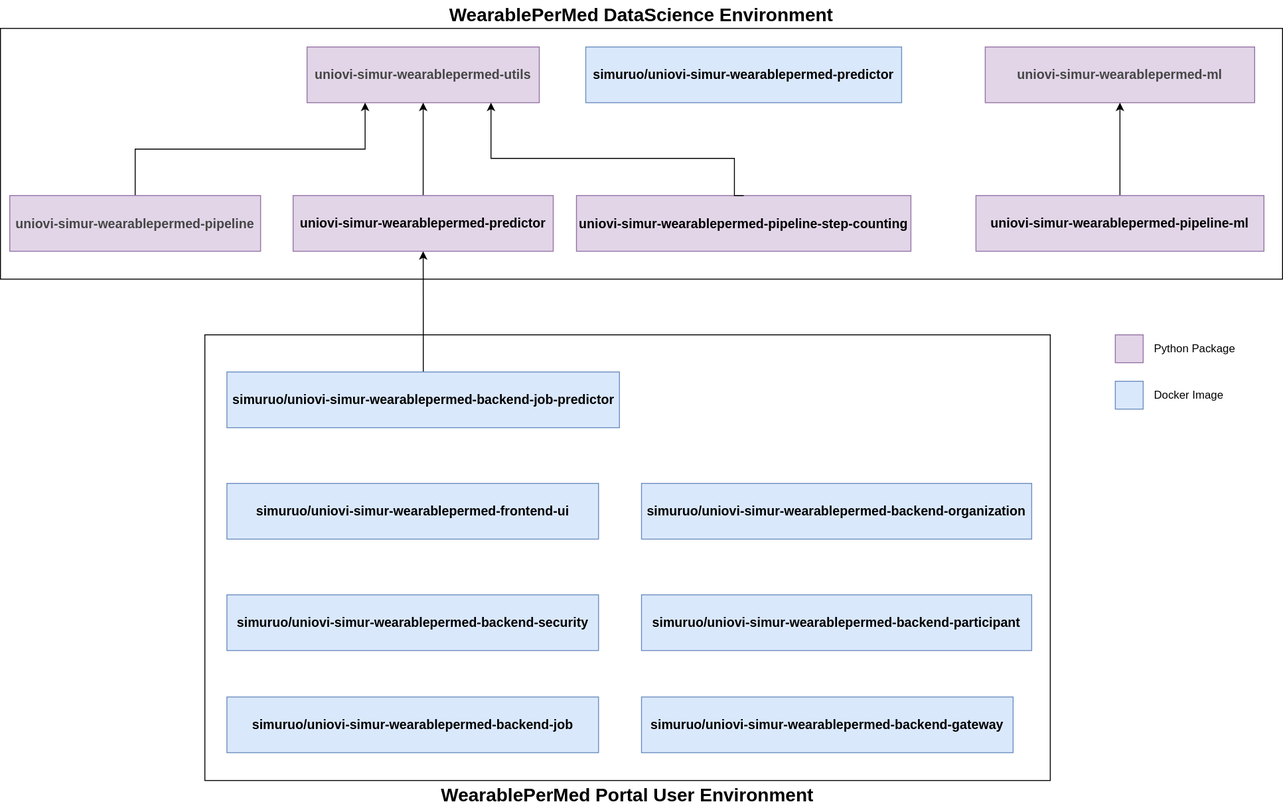
This is section2/assets/images/diagram_dependencies.svg from SiMuR-UO/uniovi-simur-wearablepermed-wiki, a draw.io export, as it was before one commit. Source tidied: cells renumbered, new cells last; positions are measured from the earlier drawing's top-left corner, leaving out a move shared by most shapes. Its diagram source:
```xml
<mxGraphModel>
  <root>
    <mxCell id="0" />
    <mxCell id="1" parent="0" />
    <mxCell id="2" style="rounded=0;whiteSpace=wrap;html=1;" parent="1" vertex="1">
      <mxGeometry y="30" width="1380" height="270" as="geometry" />
    </mxCell>
    <mxCell id="3" style="rounded=0;whiteSpace=wrap;html=1;" parent="1" vertex="1">
      <mxGeometry x="220" y="360" width="910" height="480" as="geometry" />
    </mxCell>
    <mxCell id="4" value="&lt;h3 class=&quot;package-snippet__title&quot; style=&quot;box-sizing: inherit; margin: 0px; padding: 0px; text-align: left; color: rgb(70, 70, 70);&quot;&gt;&lt;font color=&quot;#464646&quot; face=&quot;Source Sans 3, Helvetica, arial, sans-serif&quot; style=&quot;font-size: 14px;&quot;&gt;&lt;a href=&quot;https://pypi.org/project/uniovi-simur-wearablepermed-utils/&quot;&gt;uniovi-simur-wearablepermed-utils&lt;/a&gt;&lt;/font&gt;&lt;/h3&gt;" style="rounded=0;whiteSpace=wrap;html=1;fontStyle=1;fillColor=#e1d5e7;strokeColor=#9673a6;" parent="1" vertex="1">
      <mxGeometry x="330" y="50" width="250" height="60" as="geometry" />
    </mxCell>
    <mxCell id="5" style="edgeStyle=orthogonalEdgeStyle;rounded=0;jettySize=auto;html=1;entryX=0.25;entryY=1;entryDx=0;entryDy=0;exitX=0.5;exitY=0;exitDx=0;exitDy=0;" parent="1" edge="1" source="6" target="4">
      <mxGeometry relative="1" as="geometry" />
    </mxCell>
    <mxCell id="6" value="&lt;h3 class=&quot;package-snippet__title&quot; style=&quot;box-sizing: inherit; margin: 0px; padding: 0px; text-align: left; color: rgb(70, 70, 70);&quot;&gt;&lt;font color=&quot;#464646&quot; face=&quot;Source Sans 3, Helvetica, arial, sans-serif&quot; style=&quot;font-size: 14px;&quot;&gt;&lt;a href=&quot;https://pypi.org/project/uniovi-simur-wearablepermed-pipeline/&quot;&gt;uniovi-simur-wearablepermed-pipeline&lt;/a&gt;&lt;/font&gt;&lt;/h3&gt;" style="rounded=0;whiteSpace=wrap;html=1;fontSize=14;fontStyle=1;fillColor=#e1d5e7;strokeColor=#9673a6;" parent="1" vertex="1">
      <mxGeometry x="10" y="210" width="270" height="60" as="geometry" />
    </mxCell>
    <mxCell id="7" style="edgeStyle=orthogonalEdgeStyle;rounded=0;jettySize=auto;html=1;entryX=0.5;entryY=1;entryDx=0;entryDy=0;exitX=0.5;exitY=0;exitDx=0;exitDy=0;" parent="1" edge="1" source="8" target="4">
      <mxGeometry relative="1" as="geometry" />
    </mxCell>
    <mxCell id="8" value="&lt;a href=&quot;https://pypi.org/project/uniovi-simur-wearablepermed-predictor/&quot;&gt;uniovi-simur-wearablepermed-predictor&lt;/a&gt;" style="rounded=0;whiteSpace=wrap;html=1;fontSize=14;fontStyle=1;fillColor=#e1d5e7;strokeColor=#9673a6;" parent="1" vertex="1">
      <mxGeometry x="315" y="210" width="280" height="60" as="geometry" />
    </mxCell>
    <mxCell id="9" value="&lt;h3 class=&quot;package-snippet__title&quot; style=&quot;box-sizing: inherit; margin: 0px; padding: 0px; color: rgb(70, 70, 70); font-family: &amp;quot;Source Sans 3&amp;quot;, Helvetica, arial, sans-serif; text-align: left;&quot;&gt;&lt;font style=&quot;&quot;&gt;&lt;a href=&quot;https://pypi.org/project/uniovi-simur-wearablepermed-ml/&quot;&gt;uniovi-simur-wearablepermed-ml&lt;/a&gt;&lt;/font&gt;&lt;/h3&gt;" style="rounded=0;whiteSpace=wrap;html=1;fillColor=#e1d5e7;strokeColor=#9673a6;" parent="1" vertex="1">
      <mxGeometry x="1060" y="50" width="290" height="60" as="geometry" />
    </mxCell>
    <mxCell id="10" style="edgeStyle=orthogonalEdgeStyle;rounded=0;jettySize=auto;html=1;entryX=0.5;entryY=1;entryDx=0;entryDy=0;" parent="1" edge="1" source="11" target="9">
      <mxGeometry relative="1" as="geometry" />
    </mxCell>
    <mxCell id="11" value="&lt;font style=&quot;font-size: 14px;&quot;&gt;&lt;b&gt;&lt;a href=&quot;https://pypi.org/project/uniovi-simur-wearablepermed-ml/&quot;&gt;uniovi-simur-wearablepermed-pipeline-ml&lt;/a&gt;&lt;/b&gt;&lt;/font&gt;" style="rounded=0;whiteSpace=wrap;html=1;fillColor=#e1d5e7;strokeColor=#9673a6;" parent="1" vertex="1">
      <mxGeometry x="1050" y="210" width="310" height="60" as="geometry" />
    </mxCell>
    <mxCell id="12" style="edgeStyle=orthogonalEdgeStyle;rounded=0;jettySize=auto;html=1;entryX=0.5;entryY=1;entryDx=0;entryDy=0;fontStyle=1;" parent="1" edge="1" source="13" target="8">
      <mxGeometry relative="1" as="geometry" />
    </mxCell>
    <mxCell id="13" value="&lt;font style=&quot;font-size: 14px;&quot;&gt;&lt;a href=&quot;https://hub.docker.com/repository/docker/simuruo/uniovi-simur-wearablepermed-backend-job-predictor&quot;&gt;simuruo/uniovi-simur-wearablepermed-backend-job-predictor&lt;/a&gt;&lt;/font&gt;" style="rounded=0;whiteSpace=wrap;html=1;fontStyle=1;fillColor=#dae8fc;strokeColor=#6c8ebf;" parent="1" vertex="1">
      <mxGeometry x="243.8" y="400" width="422.5" height="60" as="geometry" />
    </mxCell>
    <mxCell id="14" style="rounded=0;whiteSpace=wrap;html=1;fillColor=#e1d5e7;strokeColor=#9673a6;" parent="1" vertex="1">
      <mxGeometry x="1200" y="360" width="30" height="30" as="geometry" />
    </mxCell>
    <mxCell id="15" style="rounded=0;whiteSpace=wrap;html=1;fillColor=#dae8fc;strokeColor=#6c8ebf;" parent="1" vertex="1">
      <mxGeometry x="1200" y="410" width="30" height="30" as="geometry" />
    </mxCell>
    <mxCell id="16" value="Python Package" style="text;html=1;whiteSpace=wrap;strokeColor=none;fillColor=none;align=left;verticalAlign=middle;rounded=0;" parent="1" vertex="1">
      <mxGeometry x="1240" y="360" width="140" height="30" as="geometry" />
    </mxCell>
    <mxCell id="17" value="Docker Image" style="text;html=1;whiteSpace=wrap;strokeColor=none;fillColor=none;align=left;verticalAlign=middle;rounded=0;" parent="1" vertex="1">
      <mxGeometry x="1240" y="410" width="140" height="30" as="geometry" />
    </mxCell>
    <mxCell id="18" value="&lt;h3 class=&quot;package-snippet__title&quot; style=&quot;box-sizing: inherit; margin: 0px; padding: 0px; text-align: left; color: rgb(70, 70, 70);&quot;&gt;&lt;span style=&quot;color: rgb(0, 0, 0);&quot;&gt;&lt;font style=&quot;font-size: 14px;&quot;&gt;&lt;a href=&quot;https://pypi.org/project/uniovi-simur-wearablepermed-pipeline-step-counting/&quot;&gt;uniovi-simur-wearablepermed-pipeline-step-counting&lt;/a&gt;&lt;/font&gt;&lt;/span&gt;&lt;/h3&gt;" style="rounded=0;whiteSpace=wrap;html=1;fontSize=14;fontStyle=1;fillColor=#e1d5e7;strokeColor=#9673a6;" parent="1" vertex="1">
      <mxGeometry x="620" y="210" width="360" height="60" as="geometry" />
    </mxCell>
    <mxCell id="19" style="edgeStyle=orthogonalEdgeStyle;rounded=0;jettySize=auto;html=1;entryX=0.792;entryY=1;entryDx=0;entryDy=0;entryPerimeter=0;exitX=0.5;exitY=0;exitDx=0;exitDy=0;" parent="1" edge="1" source="18" target="4">
      <mxGeometry relative="1" as="geometry">
        <Array as="points">
          <mxPoint x="790" y="170" />
          <mxPoint x="528" y="170" />
        </Array>
      </mxGeometry>
    </mxCell>
    <mxCell id="20" value="&lt;span style=&quot;text-align: left;&quot;&gt;&lt;font style=&quot;font-size: 14px;&quot;&gt;&lt;a href=&quot;https://hub.docker.com/repository/docker/simuruo/uniovi-simur-wearablepermed-frontend-ui/general&quot;&gt;simuruo/uniovi-simur-wearablepermed-frontend-ui&lt;/a&gt;&lt;/font&gt;&lt;/span&gt;" style="rounded=0;whiteSpace=wrap;html=1;fontStyle=1;fillColor=#dae8fc;strokeColor=#6c8ebf;" parent="1" vertex="1">
      <mxGeometry x="243.8" y="520" width="400" height="60" as="geometry" />
    </mxCell>
    <mxCell id="21" value="&lt;span style=&quot;text-align: left;&quot;&gt;&lt;font style=&quot;font-size: 14px;&quot;&gt;&lt;a href=&quot;https://hub.docker.com/repository/docker/simuruo/uniovi-simur-wearablepermed-backend-participant&quot;&gt;simuruo/uniovi-simur-wearablepermed-backend-participant&lt;/a&gt;&lt;/font&gt;&lt;/span&gt;" style="rounded=0;whiteSpace=wrap;html=1;fontStyle=1;fillColor=#dae8fc;strokeColor=#6c8ebf;" parent="1" vertex="1">
      <mxGeometry x="690" y="640" width="420" height="60" as="geometry" />
    </mxCell>
    <mxCell id="22" value="&lt;span style=&quot;text-align: left;&quot;&gt;&lt;font style=&quot;font-size: 14px;&quot;&gt;&lt;a href=&quot;https://hub.docker.com/repository/docker/simuruo/uniovi-simur-wearablepermed-backend-organization&quot;&gt;simuruo/uniovi-simur-wearablepermed-backend-organization&lt;/a&gt;&lt;/font&gt;&lt;/span&gt;" style="rounded=0;whiteSpace=wrap;html=1;fontStyle=1;fillColor=#dae8fc;strokeColor=#6c8ebf;" parent="1" vertex="1">
      <mxGeometry x="690" y="520" width="420" height="60" as="geometry" />
    </mxCell>
    <mxCell id="23" value="&lt;span style=&quot;text-align: left;&quot;&gt;&lt;font style=&quot;font-size: 14px;&quot;&gt;&lt;a href=&quot;https://hub.docker.com/repository/docker/simuruo/uniovi-simur-wearablepermed-backend-security&quot;&gt;simuruo/uniovi-simur-wearablepermed-backend-security&lt;/a&gt;&lt;/font&gt;&lt;/span&gt;" style="rounded=0;whiteSpace=wrap;html=1;fontStyle=1;fillColor=#dae8fc;strokeColor=#6c8ebf;" parent="1" vertex="1">
      <mxGeometry x="243.8" y="640" width="400" height="60" as="geometry" />
    </mxCell>
    <mxCell id="24" value="&lt;span style=&quot;text-align: left;&quot;&gt;&lt;font style=&quot;font-size: 14px;&quot;&gt;&lt;a href=&quot;https://hub.docker.com/repository/docker/simuruo/uniovi-simur-wearablepermed-backend-job&quot;&gt;simuruo/uniovi-simur-wearablepermed-backend-job&lt;/a&gt;&lt;/font&gt;&lt;/span&gt;" style="rounded=0;whiteSpace=wrap;html=1;fontStyle=1;fillColor=#dae8fc;strokeColor=#6c8ebf;" parent="1" vertex="1">
      <mxGeometry x="243.8" y="750" width="400" height="60" as="geometry" />
    </mxCell>
    <mxCell id="25" value="&lt;b&gt;&lt;font style=&quot;font-size: 20px;&quot;&gt;WearablePerMed Portal User Environment&lt;/font&gt;&lt;/b&gt;" style="text;html=1;whiteSpace=wrap;strokeColor=none;fillColor=none;align=center;verticalAlign=middle;rounded=0;" parent="1" vertex="1">
      <mxGeometry x="220" y="840" width="910" height="30" as="geometry" />
    </mxCell>
    <mxCell id="26" value="&lt;b&gt;&lt;font style=&quot;font-size: 20px;&quot;&gt;WearablePerMed DataScience Environment&lt;/font&gt;&lt;/b&gt;" style="text;html=1;whiteSpace=wrap;strokeColor=none;fillColor=none;align=center;verticalAlign=middle;rounded=0;" parent="1" vertex="1">
      <mxGeometry width="1380" height="30" as="geometry" />
    </mxCell>
    <mxCell id="27" value="&lt;span style=&quot;text-align: left;&quot;&gt;&lt;font style=&quot;font-size: 14px;&quot;&gt;&lt;a href=&quot;https://hub.docker.com/repository/docker/simuruo/uniovi-simur-wearablepermed-backend-gateway&quot;&gt;simuruo/uniovi-simur-wearablepermed-backend-gateway&lt;/a&gt;&lt;/font&gt;&lt;/span&gt;" style="rounded=0;whiteSpace=wrap;html=1;fontStyle=1;fillColor=#dae8fc;strokeColor=#6c8ebf;" parent="1" vertex="1">
      <mxGeometry x="690" y="750" width="400" height="60" as="geometry" />
    </mxCell>
    <mxCell id="28" value="&lt;a href=&quot;https://hub.docker.com/repository/docker/simuruo/wearablepermed-predictor&quot;&gt;&lt;span style=&quot;text-align: left;&quot;&gt;simuruo/&lt;/span&gt;uniovi-simur-wearablepermed-predictor&lt;/a&gt;" style="rounded=0;whiteSpace=wrap;html=1;fontSize=14;fontStyle=1;fillColor=#dae8fc;strokeColor=#6c8ebf;" parent="1" vertex="1">
      <mxGeometry x="630" y="50" width="340" height="60" as="geometry" />
    </mxCell>
  </root>
</mxGraphModel>
```
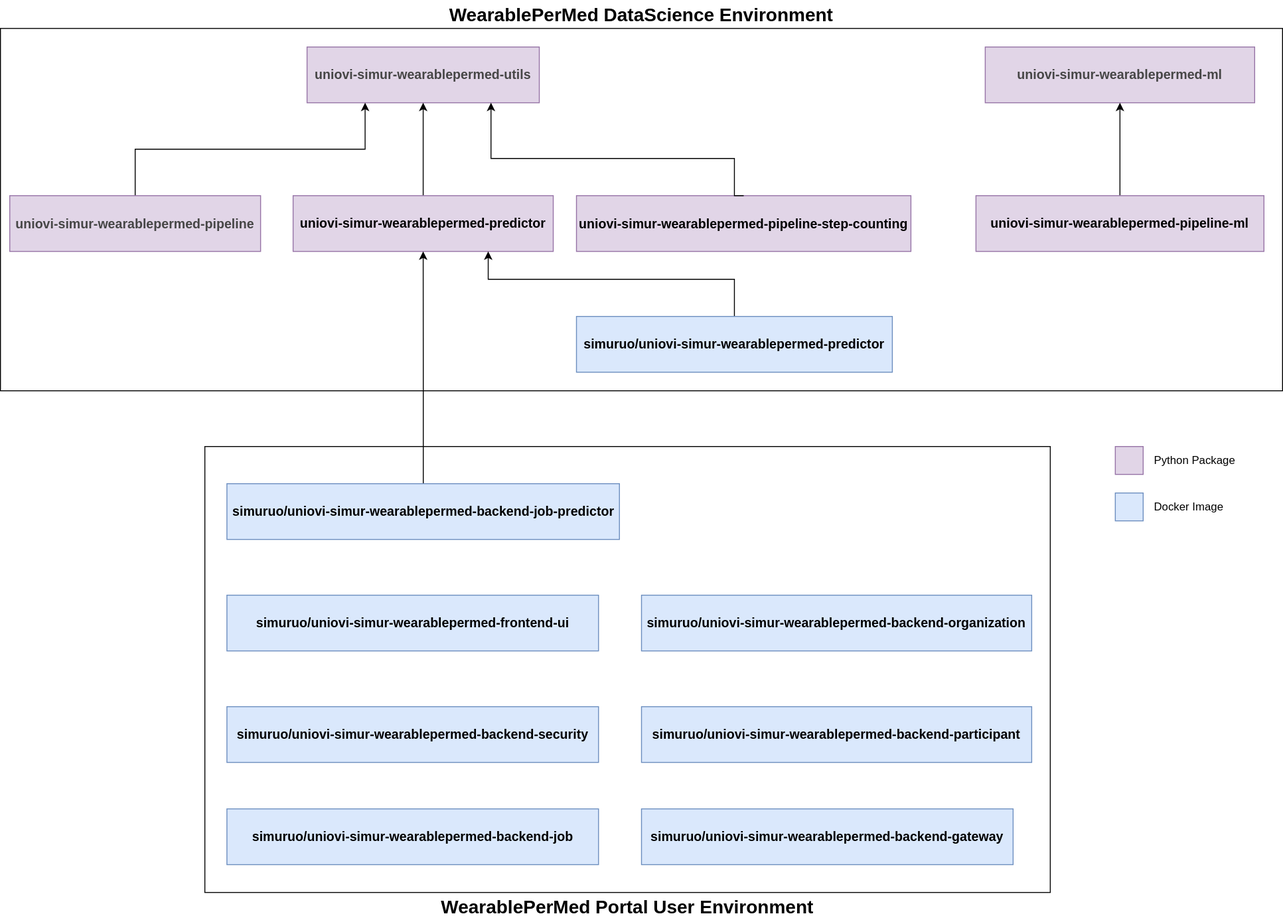
After the change.

Change to the diagram source:
```diff
@@ -3,34 +3,34 @@
     <mxCell id="0" />
     <mxCell id="1" parent="0" />
     <mxCell id="2" style="rounded=0;whiteSpace=wrap;html=1;" parent="1" vertex="1">
-      <mxGeometry y="30" width="1380" height="270" as="geometry" />
+      <mxGeometry y="-90" width="1380" height="390" as="geometry" />
     </mxCell>
     <mxCell id="3" style="rounded=0;whiteSpace=wrap;html=1;" parent="1" vertex="1">
       <mxGeometry x="220" y="360" width="910" height="480" as="geometry" />
     </mxCell>
     <mxCell id="4" value="&lt;h3 class=&quot;package-snippet__title&quot; style=&quot;box-sizing: inherit; margin: 0px; padding: 0px; text-align: left; color: rgb(70, 70, 70);&quot;&gt;&lt;font color=&quot;#464646&quot; face=&quot;Source Sans 3, Helvetica, arial, sans-serif&quot; style=&quot;font-size: 14px;&quot;&gt;&lt;a href=&quot;https://pypi.org/project/uniovi-simur-wearablepermed-utils/&quot;&gt;uniovi-simur-wearablepermed-utils&lt;/a&gt;&lt;/font&gt;&lt;/h3&gt;" style="rounded=0;whiteSpace=wrap;html=1;fontStyle=1;fillColor=#e1d5e7;strokeColor=#9673a6;" parent="1" vertex="1">
-      <mxGeometry x="330" y="50" width="250" height="60" as="geometry" />
+      <mxGeometry x="330" y="-70" width="250" height="60" as="geometry" />
     </mxCell>
     <mxCell id="5" style="edgeStyle=orthogonalEdgeStyle;rounded=0;jettySize=auto;html=1;entryX=0.25;entryY=1;entryDx=0;entryDy=0;exitX=0.5;exitY=0;exitDx=0;exitDy=0;" parent="1" edge="1" source="6" target="4">
       <mxGeometry relative="1" as="geometry" />
     </mxCell>
     <mxCell id="6" value="&lt;h3 class=&quot;package-snippet__title&quot; style=&quot;box-sizing: inherit; margin: 0px; padding: 0px; text-align: left; color: rgb(70, 70, 70);&quot;&gt;&lt;font color=&quot;#464646&quot; face=&quot;Source Sans 3, Helvetica, arial, sans-serif&quot; style=&quot;font-size: 14px;&quot;&gt;&lt;a href=&quot;https://pypi.org/project/uniovi-simur-wearablepermed-pipeline/&quot;&gt;uniovi-simur-wearablepermed-pipeline&lt;/a&gt;&lt;/font&gt;&lt;/h3&gt;" style="rounded=0;whiteSpace=wrap;html=1;fontSize=14;fontStyle=1;fillColor=#e1d5e7;strokeColor=#9673a6;" parent="1" vertex="1">
-      <mxGeometry x="10" y="210" width="270" height="60" as="geometry" />
+      <mxGeometry x="10" y="90" width="270" height="60" as="geometry" />
     </mxCell>
     <mxCell id="7" style="edgeStyle=orthogonalEdgeStyle;rounded=0;jettySize=auto;html=1;entryX=0.5;entryY=1;entryDx=0;entryDy=0;exitX=0.5;exitY=0;exitDx=0;exitDy=0;" parent="1" edge="1" source="8" target="4">
       <mxGeometry relative="1" as="geometry" />
     </mxCell>
     <mxCell id="8" value="&lt;a href=&quot;https://pypi.org/project/uniovi-simur-wearablepermed-predictor/&quot;&gt;uniovi-simur-wearablepermed-predictor&lt;/a&gt;" style="rounded=0;whiteSpace=wrap;html=1;fontSize=14;fontStyle=1;fillColor=#e1d5e7;strokeColor=#9673a6;" parent="1" vertex="1">
-      <mxGeometry x="315" y="210" width="280" height="60" as="geometry" />
+      <mxGeometry x="315" y="90" width="280" height="60" as="geometry" />
     </mxCell>
     <mxCell id="9" value="&lt;h3 class=&quot;package-snippet__title&quot; style=&quot;box-sizing: inherit; margin: 0px; padding: 0px; color: rgb(70, 70, 70); font-family: &amp;quot;Source Sans 3&amp;quot;, Helvetica, arial, sans-serif; text-align: left;&quot;&gt;&lt;font style=&quot;&quot;&gt;&lt;a href=&quot;https://pypi.org/project/uniovi-simur-wearablepermed-ml/&quot;&gt;uniovi-simur-wearablepermed-ml&lt;/a&gt;&lt;/font&gt;&lt;/h3&gt;" style="rounded=0;whiteSpace=wrap;html=1;fillColor=#e1d5e7;strokeColor=#9673a6;" parent="1" vertex="1">
-      <mxGeometry x="1060" y="50" width="290" height="60" as="geometry" />
+      <mxGeometry x="1060" y="-70" width="290" height="60" as="geometry" />
     </mxCell>
     <mxCell id="10" style="edgeStyle=orthogonalEdgeStyle;rounded=0;jettySize=auto;html=1;entryX=0.5;entryY=1;entryDx=0;entryDy=0;" parent="1" edge="1" source="11" target="9">
       <mxGeometry relative="1" as="geometry" />
     </mxCell>
     <mxCell id="11" value="&lt;font style=&quot;font-size: 14px;&quot;&gt;&lt;b&gt;&lt;a href=&quot;https://pypi.org/project/uniovi-simur-wearablepermed-ml/&quot;&gt;uniovi-simur-wearablepermed-pipeline-ml&lt;/a&gt;&lt;/b&gt;&lt;/font&gt;" style="rounded=0;whiteSpace=wrap;html=1;fillColor=#e1d5e7;strokeColor=#9673a6;" parent="1" vertex="1">
-      <mxGeometry x="1050" y="210" width="310" height="60" as="geometry" />
+      <mxGeometry x="1050" y="90" width="310" height="60" as="geometry" />
     </mxCell>
     <mxCell id="12" style="edgeStyle=orthogonalEdgeStyle;rounded=0;jettySize=auto;html=1;entryX=0.5;entryY=1;entryDx=0;entryDy=0;fontStyle=1;" parent="1" edge="1" source="13" target="8">
       <mxGeometry relative="1" as="geometry" />
@@ -51,13 +51,13 @@
       <mxGeometry x="1240" y="410" width="140" height="30" as="geometry" />
     </mxCell>
     <mxCell id="18" value="&lt;h3 class=&quot;package-snippet__title&quot; style=&quot;box-sizing: inherit; margin: 0px; padding: 0px; text-align: left; color: rgb(70, 70, 70);&quot;&gt;&lt;span style=&quot;color: rgb(0, 0, 0);&quot;&gt;&lt;font style=&quot;font-size: 14px;&quot;&gt;&lt;a href=&quot;https://pypi.org/project/uniovi-simur-wearablepermed-pipeline-step-counting/&quot;&gt;uniovi-simur-wearablepermed-pipeline-step-counting&lt;/a&gt;&lt;/font&gt;&lt;/span&gt;&lt;/h3&gt;" style="rounded=0;whiteSpace=wrap;html=1;fontSize=14;fontStyle=1;fillColor=#e1d5e7;strokeColor=#9673a6;" parent="1" vertex="1">
-      <mxGeometry x="620" y="210" width="360" height="60" as="geometry" />
+      <mxGeometry x="620" y="90" width="360" height="60" as="geometry" />
     </mxCell>
     <mxCell id="19" style="edgeStyle=orthogonalEdgeStyle;rounded=0;jettySize=auto;html=1;entryX=0.792;entryY=1;entryDx=0;entryDy=0;entryPerimeter=0;exitX=0.5;exitY=0;exitDx=0;exitDy=0;" parent="1" edge="1" source="18" target="4">
       <mxGeometry relative="1" as="geometry">
         <Array as="points">
-          <mxPoint x="790" y="170" />
-          <mxPoint x="528" y="170" />
+          <mxPoint x="790" y="50" />
+          <mxPoint x="528" y="50" />
         </Array>
       </mxGeometry>
     </mxCell>
@@ -80,13 +80,21 @@
       <mxGeometry x="220" y="840" width="910" height="30" as="geometry" />
     </mxCell>
     <mxCell id="26" value="&lt;b&gt;&lt;font style=&quot;font-size: 20px;&quot;&gt;WearablePerMed DataScience Environment&lt;/font&gt;&lt;/b&gt;" style="text;html=1;whiteSpace=wrap;strokeColor=none;fillColor=none;align=center;verticalAlign=middle;rounded=0;" parent="1" vertex="1">
-      <mxGeometry width="1380" height="30" as="geometry" />
+      <mxGeometry y="-120" width="1380" height="30" as="geometry" />
     </mxCell>
     <mxCell id="27" value="&lt;span style=&quot;text-align: left;&quot;&gt;&lt;font style=&quot;font-size: 14px;&quot;&gt;&lt;a href=&quot;https://hub.docker.com/repository/docker/simuruo/uniovi-simur-wearablepermed-backend-gateway&quot;&gt;simuruo/uniovi-simur-wearablepermed-backend-gateway&lt;/a&gt;&lt;/font&gt;&lt;/span&gt;" style="rounded=0;whiteSpace=wrap;html=1;fontStyle=1;fillColor=#dae8fc;strokeColor=#6c8ebf;" parent="1" vertex="1">
       <mxGeometry x="690" y="750" width="400" height="60" as="geometry" />
     </mxCell>
+    <mxCell id="29" style="edgeStyle=orthogonalEdgeStyle;rounded=0;jettySize=auto;html=1;entryX=0.75;entryY=1;entryDx=0;entryDy=0;" parent="1" edge="1" source="28" target="8">
+      <mxGeometry relative="1" as="geometry">
+        <Array as="points">
+          <mxPoint x="790" y="180" />
+          <mxPoint x="525" y="180" />
+        </Array>
+      </mxGeometry>
+    </mxCell>
     <mxCell id="28" value="&lt;a href=&quot;https://hub.docker.com/repository/docker/simuruo/wearablepermed-predictor&quot;&gt;&lt;span style=&quot;text-align: left;&quot;&gt;simuruo/&lt;/span&gt;uniovi-simur-wearablepermed-predictor&lt;/a&gt;" style="rounded=0;whiteSpace=wrap;html=1;fontSize=14;fontStyle=1;fillColor=#dae8fc;strokeColor=#6c8ebf;" parent="1" vertex="1">
-      <mxGeometry x="630" y="50" width="340" height="60" as="geometry" />
+      <mxGeometry x="620" y="220" width="340" height="60" as="geometry" />
     </mxCell>
   </root>
 </mxGraphModel>
```
